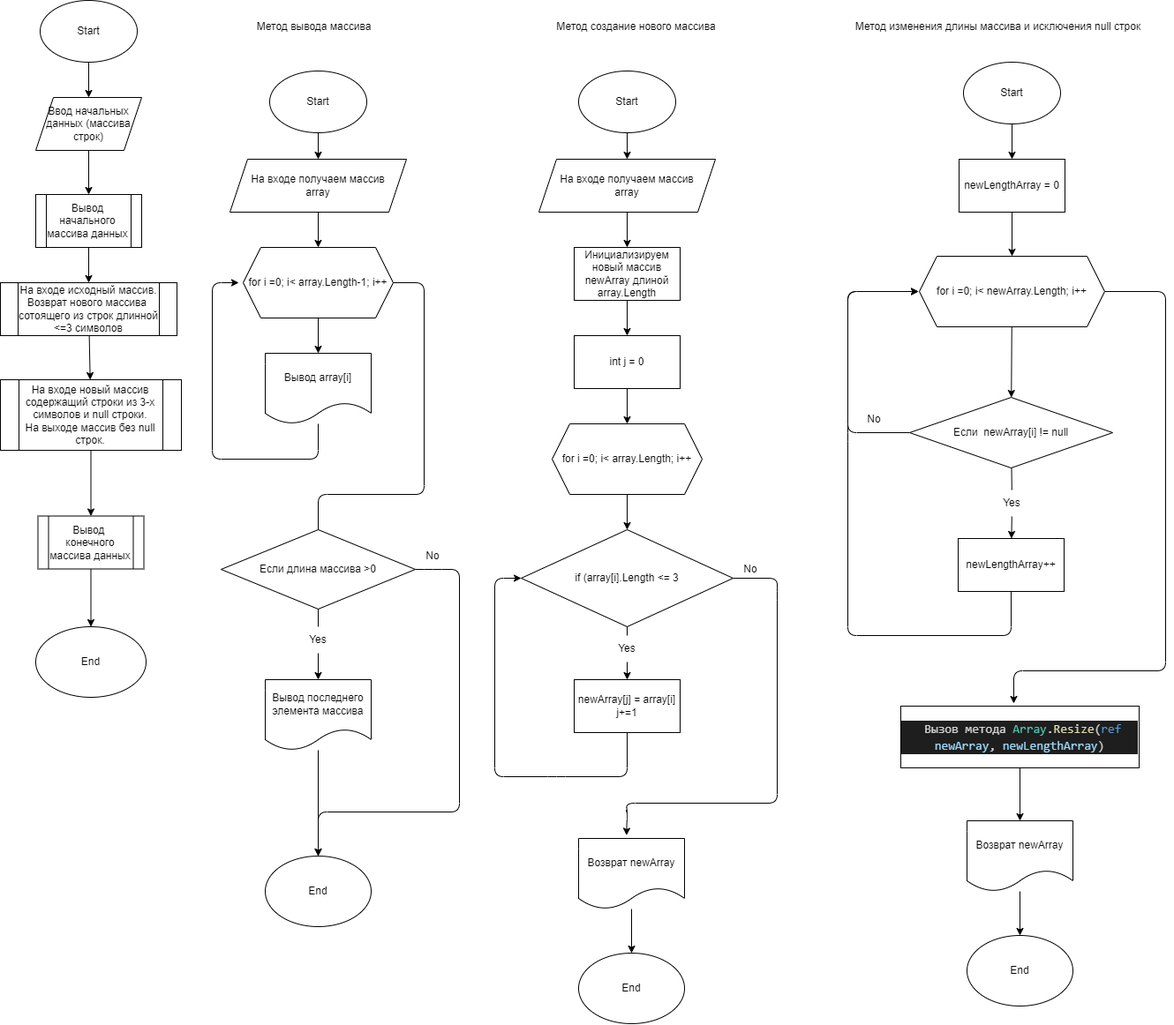
Before: Test001.drawio.png, a diagram exported from draw.io (DmitryZ2000/Task1). Source tidied: cells renumbered, new cells last; positions are measured from the earlier drawing's top-left corner, leaving out a move shared by most shapes.
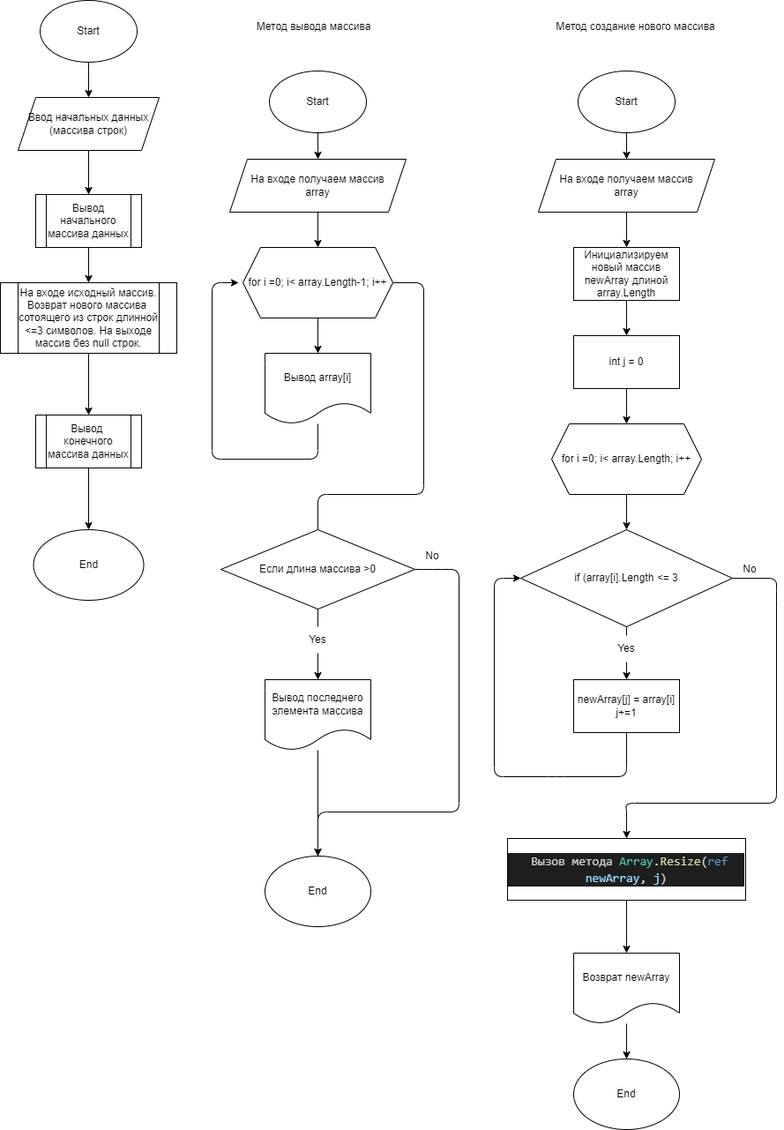
After the change.

Commit message:
Rewite code and scheme

Change to the diagram source:
```diff
@@ -14,7 +14,7 @@
       </mxGeometry>
     </mxCell>
     <mxCell id="5" value="Ввод начальных данных (массива строк)" style="shape=parallelogram;perimeter=parallelogramPerimeter;whiteSpace=wrap;html=1;fixedSize=1;" parent="1" vertex="1">
-      <mxGeometry x="40" y="110" width="120" height="60" as="geometry" />
+      <mxGeometry x="20" y="110" width="160" height="60" as="geometry" />
     </mxCell>
     <mxCell id="6" style="edgeStyle=none;html=1;" parent="1" edge="1" source="8" target="22">
       <mxGeometry relative="1" as="geometry" />
@@ -38,20 +38,20 @@
     <mxCell id="10" value="Вывод начального массива данных" style="shape=process;whiteSpace=wrap;html=1;backgroundOutline=1;" parent="1" vertex="1">
       <mxGeometry x="40" y="220" width="120" height="60" as="geometry" />
     </mxCell>
-    <mxCell id="11" style="edgeStyle=none;html=1;" parent="1" edge="1" source="12" target="55">
+    <mxCell id="11" style="edgeStyle=none;html=1;entryX=0.5;entryY=0;entryDx=0;entryDy=0;" parent="1" edge="1" source="12" target="14">
       <mxGeometry relative="1" as="geometry" />
     </mxCell>
-    <mxCell id="12" value="На входе исходный массив. Возврат нового массива&amp;nbsp; сотоящего из строк длинной &amp;lt;=3 символов" style="shape=process;whiteSpace=wrap;html=1;backgroundOutline=1;" parent="1" vertex="1">
-      <mxGeometry y="320" width="200" height="60" as="geometry" />
+    <mxCell id="12" value="На входе исходный массив. Возврат нового массива&amp;nbsp; сотоящего из строк длинной &amp;lt;=3 символов. На выходе массив без null строк." style="shape=process;whiteSpace=wrap;html=1;backgroundOutline=1;" parent="1" vertex="1">
+      <mxGeometry y="320" width="200" height="80" as="geometry" />
     </mxCell>
     <mxCell id="13" style="edgeStyle=none;html=1;" parent="1" edge="1" source="14" target="15">
       <mxGeometry relative="1" as="geometry" />
     </mxCell>
     <mxCell id="14" value="Вывод&amp;nbsp; конечного массива данных" style="shape=process;whiteSpace=wrap;html=1;backgroundOutline=1;" parent="1" vertex="1">
-      <mxGeometry x="42.5" y="584.5" width="120" height="60" as="geometry" />
+      <mxGeometry x="40" y="470" width="120" height="60" as="geometry" />
     </mxCell>
     <mxCell id="15" value="End" style="ellipse;whiteSpace=wrap;html=1;" parent="1" vertex="1">
-      <mxGeometry x="40" y="710" width="125" height="80" as="geometry" />
+      <mxGeometry x="37.5" y="600" width="125" height="80" as="geometry" />
     </mxCell>
     <mxCell id="16" value="Метод вывода массива" style="text;html=1;align=center;verticalAlign=middle;strokeColor=none;fillColor=none;" parent="1" vertex="1">
       <mxGeometry x="280" y="20" width="150" height="20" as="geometry" />
@@ -114,8 +114,9 @@
     <mxCell id="33" style="edgeStyle=none;html=1;startArrow=none;" parent="1" edge="1" source="40" target="37">
       <mxGeometry relative="1" as="geometry" />
     </mxCell>
-    <mxCell id="34" style="edgeStyle=none;html=1;entryX=0.452;entryY=-0.044;entryDx=0;entryDy=0;entryPerimeter=0;" parent="1" edge="1" source="35" target="43">
+    <mxCell id="34" style="edgeStyle=none;html=1;" parent="1" edge="1" source="35">
       <mxGeometry relative="1" as="geometry">
+        <mxPoint x="710" y="950" as="targetPoint" />
         <Array as="points">
           <mxPoint x="880" y="655" />
           <mxPoint x="880" y="670" />
@@ -157,7 +158,7 @@
       <mxGeometry relative="1" as="geometry" />
     </mxCell>
     <mxCell id="43" value="Возврат newArray" style="shape=document;whiteSpace=wrap;html=1;boundedLbl=1;" parent="1" vertex="1">
-      <mxGeometry x="655" y="950" width="120" height="80" as="geometry" />
+      <mxGeometry x="650" y="1080" width="120" height="80" as="geometry" />
     </mxCell>
     <mxCell id="44" value="No" style="text;html=1;strokeColor=none;fillColor=none;align=center;verticalAlign=middle;whiteSpace=wrap;rounded=0;" parent="1" vertex="1">
       <mxGeometry x="820" y="630" width="60" height="30" as="geometry" />
@@ -199,96 +200,13 @@
       <mxGeometry x="460" y="610" width="60" height="40" as="geometry" />
     </mxCell>
     <mxCell id="53" value="End" style="ellipse;whiteSpace=wrap;html=1;" parent="1" vertex="1">
-      <mxGeometry x="655" y="1080" width="120" height="80" as="geometry" />
+      <mxGeometry x="650" y="1200" width="120" height="80" as="geometry" />
     </mxCell>
-    <mxCell id="54" style="edgeStyle=none;html=1;" parent="1" edge="1" source="55" target="14">
-      <mxGeometry relative="1" as="geometry" />
-    </mxCell>
-    <mxCell id="55" value="На входе новый массив содержащий строки из 3-х символов и null строки.&lt;br&gt;На выходе массив без null строк.&lt;br&gt;" style="shape=process;whiteSpace=wrap;html=1;backgroundOutline=1;" parent="1" vertex="1">
-      <mxGeometry y="430" width="205" height="80" as="geometry" />
-    </mxCell>
-    <mxCell id="56" value="Метод изменения длины массива и исключения null строк" style="text;html=1;align=center;verticalAlign=middle;strokeColor=none;fillColor=none;" parent="1" vertex="1">
-      <mxGeometry x="960" y="20" width="340" height="20" as="geometry" />
-    </mxCell>
-    <mxCell id="57" style="edgeStyle=none;html=1;" parent="1" edge="1" source="58" target="60">
-      <mxGeometry relative="1" as="geometry" />
-    </mxCell>
-    <mxCell id="58" value="Start" style="ellipse;whiteSpace=wrap;html=1;" parent="1" vertex="1">
-      <mxGeometry x="1091" y="70" width="110" height="70" as="geometry" />
-    </mxCell>
-    <mxCell id="59" style="edgeStyle=none;html=1;" parent="1" edge="1" source="60" target="63">
-      <mxGeometry relative="1" as="geometry" />
-    </mxCell>
-    <mxCell id="60" value="newLengthArray = 0" style="whiteSpace=wrap;html=1;" parent="1" vertex="1">
-      <mxGeometry x="1086" y="180" width="120" height="60" as="geometry" />
-    </mxCell>
-    <mxCell id="61" style="edgeStyle=none;html=1;" parent="1" edge="1" source="63" target="66">
-      <mxGeometry relative="1" as="geometry" />
-    </mxCell>
-    <mxCell id="62" style="edgeStyle=none;html=1;entryX=0.474;entryY=-0.043;entryDx=0;entryDy=0;entryPerimeter=0;" parent="1" edge="1" source="63" target="73">
-      <mxGeometry relative="1" as="geometry">
-        <Array as="points">
-          <mxPoint x="1320" y="330" />
-          <mxPoint x="1320" y="760" />
-          <mxPoint x="1148" y="760" />
-        </Array>
-      </mxGeometry>
-    </mxCell>
-    <mxCell id="63" value="for i =0; i&amp;lt; newArray.Length; i++" style="shape=hexagon;perimeter=hexagonPerimeter2;whiteSpace=wrap;html=1;fixedSize=1;" parent="1" vertex="1">
-      <mxGeometry x="1041" y="290" width="210" height="80" as="geometry" />
-    </mxCell>
-    <mxCell id="64" style="edgeStyle=none;html=1;startArrow=none;" parent="1" edge="1" source="69" target="68">
-      <mxGeometry relative="1" as="geometry" />
-    </mxCell>
-    <mxCell id="65" style="edgeStyle=none;html=1;" parent="1" edge="1" source="66">
-      <mxGeometry relative="1" as="geometry">
-        <mxPoint x="1040" y="330" as="targetPoint" />
-        <Array as="points">
-          <mxPoint x="960" y="490" />
-          <mxPoint x="960" y="330" />
-        </Array>
-      </mxGeometry>
-    </mxCell>
-    <mxCell id="66" value="Если&amp;nbsp; newArray[i] != null" style="rhombus;whiteSpace=wrap;html=1;" parent="1" vertex="1">
-      <mxGeometry x="1030" y="450" width="230" height="80" as="geometry" />
-    </mxCell>
-    <mxCell id="67" style="edgeStyle=none;html=1;" parent="1" edge="1" source="68">
-      <mxGeometry relative="1" as="geometry">
-        <mxPoint x="1040" y="330" as="targetPoint" />
-        <Array as="points">
-          <mxPoint x="1145" y="720" />
-          <mxPoint x="960" y="720" />
-          <mxPoint x="960" y="490" />
-          <mxPoint x="960" y="330" />
-        </Array>
-      </mxGeometry>
-    </mxCell>
-    <mxCell id="68" value="newLengthArray++" style="whiteSpace=wrap;html=1;" parent="1" vertex="1">
-      <mxGeometry x="1085" y="610" width="120" height="60" as="geometry" />
-    </mxCell>
-    <mxCell id="69" value="Yes" style="text;html=1;strokeColor=none;fillColor=none;align=center;verticalAlign=middle;whiteSpace=wrap;rounded=0;" parent="1" vertex="1">
-      <mxGeometry x="1116" y="555" width="60" height="30" as="geometry" />
-    </mxCell>
-    <mxCell id="70" style="edgeStyle=none;html=1;endArrow=none;" parent="1" edge="1" source="66" target="69">
-      <mxGeometry relative="1" as="geometry" />
-    </mxCell>
-    <mxCell id="71" value="No" style="text;html=1;strokeColor=none;fillColor=none;align=center;verticalAlign=middle;whiteSpace=wrap;rounded=0;" parent="1" vertex="1">
-      <mxGeometry x="960" y="460" width="60" height="30" as="geometry" />
-    </mxCell>
-    <mxCell id="72" style="edgeStyle=none;html=1;" parent="1" edge="1" source="73" target="75">
-      <mxGeometry relative="1" as="geometry" />
-    </mxCell>
-    <mxCell id="73" value="&lt;div style=&quot;color: rgb(212 , 212 , 212) ; background-color: rgb(30 , 30 , 30) ; font-family: &amp;#34;consolas&amp;#34; , &amp;#34;courier new&amp;#34; , monospace ; font-size: 14px ; line-height: 19px&quot;&gt;&amp;nbsp;Вызов метода&amp;nbsp;&lt;span style=&quot;color: #4ec9b0&quot;&gt;Array&lt;/span&gt;.&lt;span style=&quot;color: #dcdcaa&quot;&gt;Resize&lt;/span&gt;(&lt;span style=&quot;color: #569cd6&quot;&gt;ref&lt;/span&gt; &lt;span style=&quot;color: #9cdcfe&quot;&gt;newArray&lt;/span&gt;, &lt;span style=&quot;color: #9cdcfe&quot;&gt;newLengthArray&lt;/span&gt;)&lt;/div&gt;" style="whiteSpace=wrap;html=1;" parent="1" vertex="1">
-      <mxGeometry x="1020" y="800" width="270" height="70" as="geometry" />
-    </mxCell>
-    <mxCell id="74" style="edgeStyle=none;html=1;" parent="1" edge="1" source="75" target="76">
-      <mxGeometry relative="1" as="geometry" />
-    </mxCell>
-    <mxCell id="75" value="Возврат newArray" style="shape=document;whiteSpace=wrap;html=1;boundedLbl=1;" parent="1" vertex="1">
-      <mxGeometry x="1095" y="930" width="120" height="80" as="geometry" />
-    </mxCell>
-    <mxCell id="76" value="End" style="ellipse;whiteSpace=wrap;html=1;" parent="1" vertex="1">
-      <mxGeometry x="1095" y="1060" width="120" height="80" as="geometry" />
-    </mxCell>
+    <mxCell id="77" style="edgeStyle=none;html=1;" parent="1" edge="1" source="78" target="43">
+      <mxGeometry relative="1" as="geometry" />
+    </mxCell>
+    <mxCell id="78" value="&lt;div style=&quot;background-color: rgb(30 , 30 , 30) ; font-family: &amp;#34;consolas&amp;#34; , &amp;#34;courier new&amp;#34; , monospace ; font-size: 14px ; line-height: 19px&quot;&gt;&lt;span style=&quot;color: rgb(212 , 212 , 212)&quot;&gt;&amp;nbsp;Вызов метода&amp;nbsp;&lt;span style=&quot;color: #4ec9b0&quot;&gt;Array&lt;/span&gt;.&lt;span style=&quot;color: #dcdcaa&quot;&gt;Resize&lt;/span&gt;(&lt;span style=&quot;color: #569cd6&quot;&gt;ref&lt;/span&gt; &lt;span style=&quot;color: #9cdcfe&quot;&gt;newArray&lt;/span&gt;, &lt;/span&gt;&lt;font color=&quot;#9cdcfe&quot;&gt;j&lt;/font&gt;&lt;font color=&quot;#d4d4d4&quot;&gt;)&lt;/font&gt;&lt;/div&gt;" style="whiteSpace=wrap;html=1;" parent="1" vertex="1">
+      <mxGeometry x="575" y="950" width="270" height="70" as="geometry" />
+    </mxCell>
   </root>
 </mxGraphModel>
```
